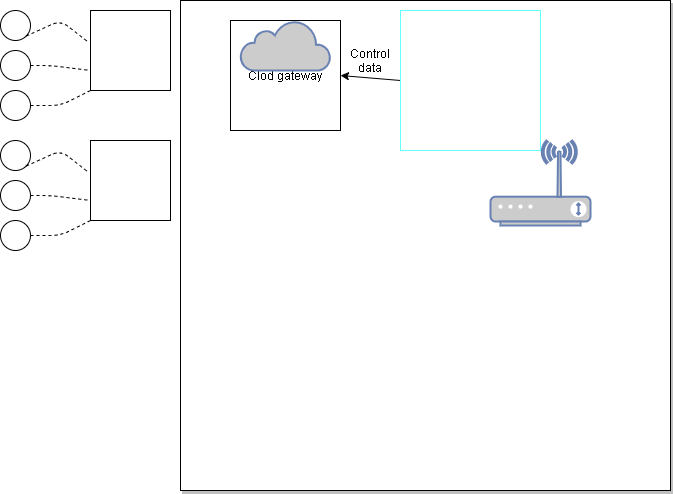
Earlier version of the draw.io export Flujo.drawio.png (AlejandroDiaz96/SistemasProgramables2020). Source tidied: cells renumbered, new cells last; positions are measured from the earlier drawing's top-left corner, leaving out a move shared by most shapes.
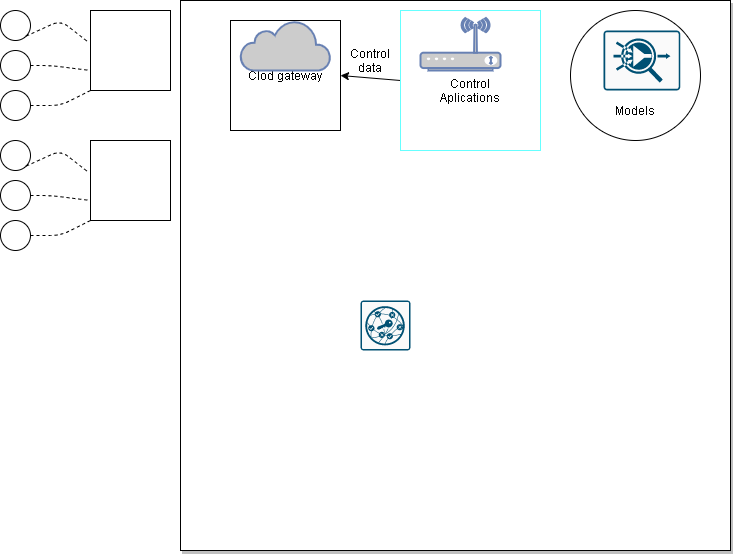
Above is the later version.

Change to the diagram source:
```diff
@@ -69,7 +69,7 @@
       </mxGeometry>
     </mxCell>
     <mxCell id="16" style="whiteSpace=wrap;html=1;rounded=0;shadow=1;" parent="1" vertex="1">
-      <mxGeometry x="180" width="490" height="490" as="geometry" />
+      <mxGeometry x="180" width="550" height="550" as="geometry" />
     </mxCell>
     <mxCell id="17" value="Clod gateway" style="whiteSpace=wrap;html=1;" parent="1" vertex="1">
       <mxGeometry x="230" y="20" width="110" height="110" as="geometry" />
@@ -87,7 +87,22 @@
       <mxGeometry x="350" y="50" width="40" height="20" as="geometry" />
     </mxCell>
     <mxCell id="22" style="fontColor=#0066CC;verticalAlign=top;verticalLabelPosition=bottom;labelPosition=center;align=center;html=1;fillColor=#CCCCCC;strokeColor=#6881B3;gradientColor=none;gradientDirection=north;strokeWidth=2;shape=mxgraph.networks.wireless_modem;" parent="1" vertex="1">
-      <mxGeometry x="490" y="140" width="100" height="85" as="geometry" />
+      <mxGeometry x="420" y="17.5" width="80" height="52.5" as="geometry" />
     </mxCell>
+    <mxCell id="23" value="Control Aplications" style="text;html=1;strokeColor=none;fillColor=none;align=center;verticalAlign=middle;whiteSpace=wrap;rounded=0;" parent="1" vertex="1">
+      <mxGeometry x="450" y="80" width="40" height="20" as="geometry" />
+    </mxCell>
+    <mxCell id="24" style="ellipse;whiteSpace=wrap;html=1;" parent="1" vertex="1">
+      <mxGeometry x="570" y="10" width="130" height="130" as="geometry" />
+    </mxCell>
+    <mxCell id="25" style="verticalLabelPosition=bottom;html=1;verticalAlign=top;align=center;shape=mxgraph.cisco19.rect;prIcon=posture_assessment;fillColor=#FAFAFA;strokeColor=#005073;" parent="1" vertex="1">
+      <mxGeometry x="360" y="300" width="50" height="50" as="geometry" />
+    </mxCell>
+    <mxCell id="26" style="verticalLabelPosition=bottom;html=1;verticalAlign=top;align=center;shape=mxgraph.cisco19.rect;prIcon=flow_collector;fillColor=#FAFAFA;strokeColor=#005073;" parent="1" vertex="1">
+      <mxGeometry x="603" y="30" width="76.8" height="60" as="geometry" />
+    </mxCell>
+    <mxCell id="27" value="Models" style="text;html=1;strokeColor=none;fillColor=none;align=center;verticalAlign=middle;whiteSpace=wrap;rounded=0;" parent="1" vertex="1">
+      <mxGeometry x="615" y="100" width="40" height="20" as="geometry" />
+    </mxCell>
   </root>
 </mxGraphModel>
```
